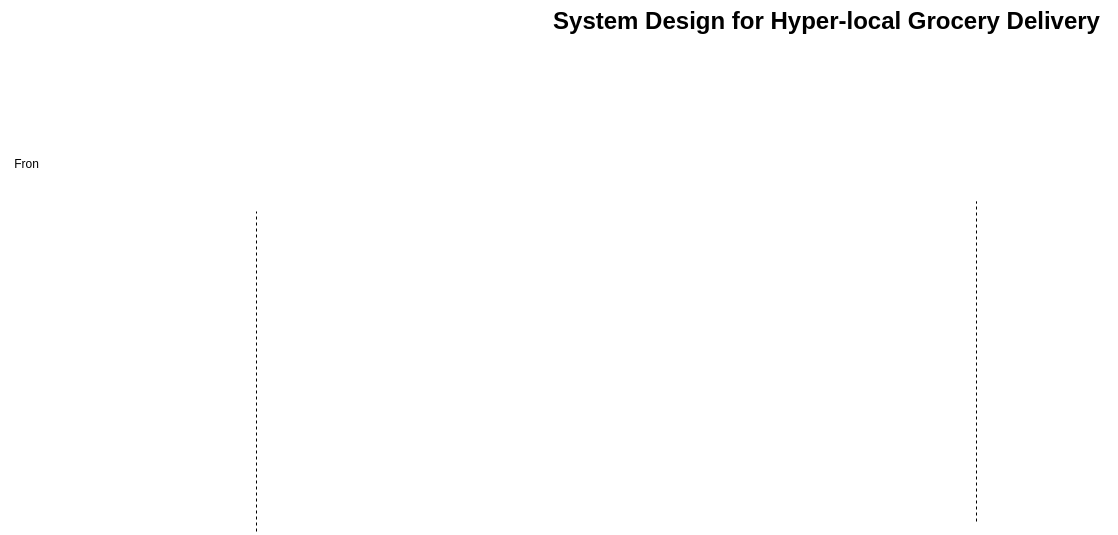
Earlier version of the draw.io export mytask.drawio.png (rushikesh-mallanath/draw). Source tidied: cells renumbered, new cells last; positions are measured from the earlier drawing's top-left corner, leaving out a move shared by most shapes.
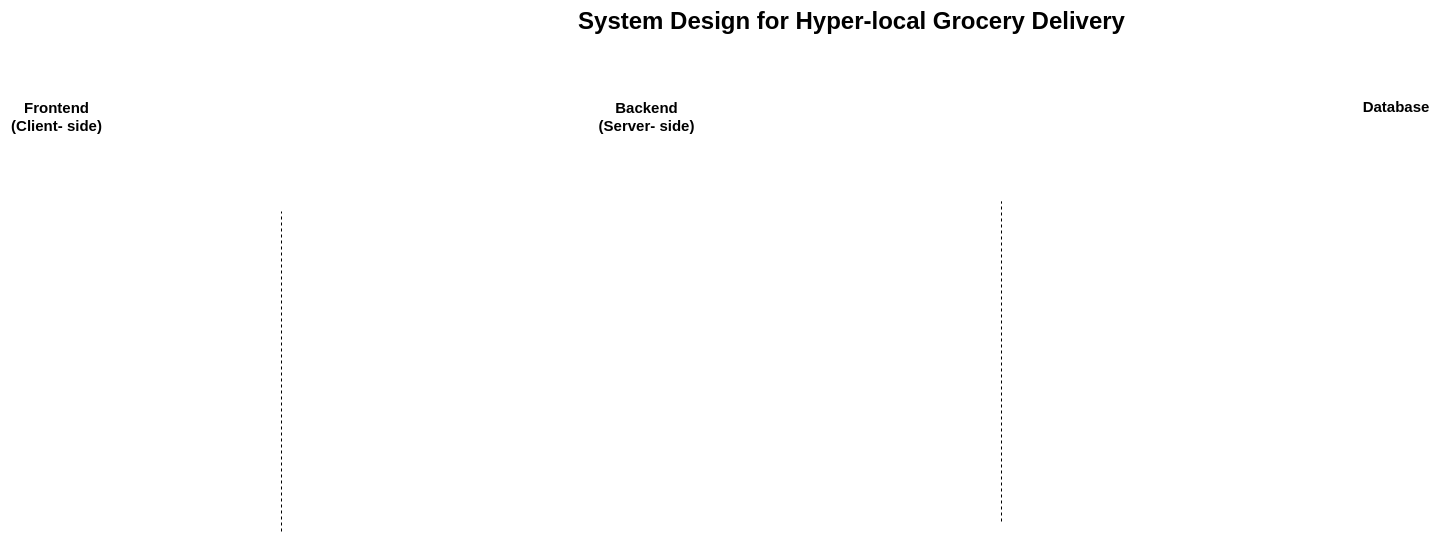
Later version of the same file.

Diff of the diagram source:
```diff
@@ -21,8 +21,14 @@
     <mxCell id="4" value="System Design for Hyper-local Grocery Delivery" style="text;strokeColor=none;fillColor=none;html=1;fontSize=24;fontStyle=1;verticalAlign=middle;align=center;" parent="1" vertex="1">
       <mxGeometry x="535" width="580" height="40" as="geometry" />
     </mxCell>
-    <mxCell id="5" value="Fron" style="text;html=1;align=center;verticalAlign=middle;strokeColor=none;fillColor=none;" parent="1" vertex="1">
-      <mxGeometry y="148" width="50" height="30" as="geometry" />
+    <mxCell id="5" value="Frontend&lt;br style=&quot;font-size: 15px;&quot;&gt;(Client- side)" style="text;html=1;align=center;verticalAlign=middle;strokeColor=none;fillColor=none;fontSize=15;fontStyle=1;" parent="1" vertex="1">
+      <mxGeometry x="-25" y="90" width="110" height="50" as="geometry" />
     </mxCell>
+    <mxCell id="6" value="&lt;b&gt;Backend&lt;br style=&quot;font-size: 15px;&quot;&gt;(Server- side)&lt;/b&gt;" style="text;html=1;align=center;verticalAlign=middle;strokeColor=none;fillColor=none;fontSize=15;" parent="1" vertex="1">
+      <mxGeometry x="560" y="90" width="120" height="50" as="geometry" />
+    </mxCell>
+    <mxCell id="7" value="&lt;b style=&quot;font-size: 15px;&quot;&gt;Database&lt;/b&gt;" style="text;whiteSpace=wrap;html=1;align=center;fontSize=15;" parent="1" vertex="1">
+      <mxGeometry x="1335" y="90" width="70" height="40" as="geometry" />
+    </mxCell>
   </root>
 </mxGraphModel>
```
